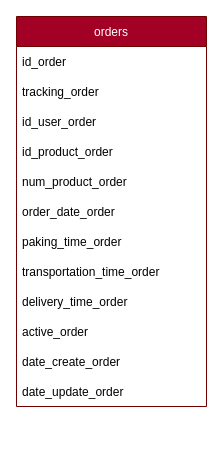
Before: page "orders" (3 of 6) of data/tablas.drawio in David-Coach-Dev/Api-Deliveries, a draw.io diagram. Source tidied: cells renumbered, new cells numbered last; positions are measured from the earlier drawing's top-left corner, leaving out a move shared by most shapes. Both pictures are drawn from the tidied source at 100%, with x=0, y=0 at pixel (16, 16).
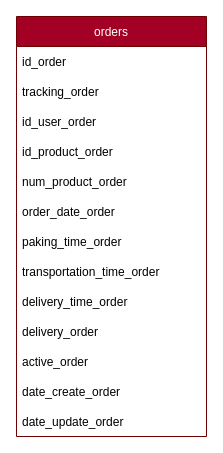
Above is the later version.

What changed in the source:
```diff
@@
 <mxGraphModel>
   <root>
     <mxCell id="0" />
     <mxCell id="1" parent="0" />
     <mxCell id="2" value="orders" style="swimlane;fontStyle=0;horizontal=1;startSize=30;fillColor=#a20025;fontColor=#ffffff;strokeColor=#6F0000;" parent="1" vertex="1">
-      <mxGeometry width="190" height="390" as="geometry" />
+      <mxGeometry width="190" height="420" as="geometry" />
     </mxCell>
     <mxCell id="3" value="id_order" style="text;strokeColor=none;fillColor=none;align=left;verticalAlign=middle;spacingLeft=4;spacingRight=4;overflow=hidden;" parent="2" vertex="1">
       <mxGeometry y="30" width="190" height="30" as="geometry" />
     </mxCell>
     <mxCell id="4" value="tracking_order" style="text;strokeColor=none;fillColor=none;align=left;verticalAlign=middle;spacingLeft=4;spacingRight=4;overflow=hidden;" parent="2" vertex="1">
       <mxGeometry y="60" width="190" height="30" as="geometry" />
     </mxCell>
     <mxCell id="5" value="id_user_order" style="text;strokeColor=none;fillColor=none;align=left;verticalAlign=middle;spacingLeft=4;spacingRight=4;overflow=hidden;" parent="2" vertex="1">
       <mxGeometry y="90" width="190" height="30" as="geometry" />
     </mxCell>
     <mxCell id="6" value="id_product_order" style="text;strokeColor=none;fillColor=none;align=left;verticalAlign=middle;spacingLeft=4;spacingRight=4;overflow=hidden;" parent="2" vertex="1">
       <mxGeometry y="120" width="190" height="30" as="geometry" />
     </mxCell>
     <mxCell id="7" value="num_product_order" style="text;strokeColor=none;fillColor=none;align=left;verticalAlign=middle;spacingLeft=4;spacingRight=4;overflow=hidden;" parent="2" vertex="1">
       <mxGeometry y="150" width="190" height="30" as="geometry" />
     </mxCell>
     <mxCell id="8" value="order_date_order" style="text;strokeColor=none;fillColor=none;align=left;verticalAlign=middle;spacingLeft=4;spacingRight=4;overflow=hidden;" parent="2" vertex="1">
       <mxGeometry y="180" width="190" height="30" as="geometry" />
     </mxCell>
     <mxCell id="9" value="paking_time_order" style="text;strokeColor=none;fillColor=none;align=left;verticalAlign=middle;spacingLeft=4;spacingRight=4;overflow=hidden;" parent="2" vertex="1">
       <mxGeometry y="210" width="190" height="30" as="geometry" />
     </mxCell>
     <mxCell id="10" value="transportation_time_order" style="text;strokeColor=none;fillColor=none;align=left;verticalAlign=middle;spacingLeft=4;spacingRight=4;overflow=hidden;" parent="2" vertex="1">
       <mxGeometry y="240" width="190" height="30" as="geometry" />
     </mxCell>
     <mxCell id="11" value="delivery_time_order" style="text;strokeColor=none;fillColor=none;align=left;verticalAlign=middle;spacingLeft=4;spacingRight=4;overflow=hidden;" parent="2" vertex="1">
       <mxGeometry y="270" width="190" height="30" as="geometry" />
     </mxCell>
+    <mxCell id="15" value="delivery_order" style="text;strokeColor=none;fillColor=none;align=left;verticalAlign=middle;spacingLeft=4;spacingRight=4;overflow=hidden;" parent="2" vertex="1">
+      <mxGeometry y="300" width="190" height="30" as="geometry" />
+    </mxCell>
     <mxCell id="12" value="active_order" style="text;strokeColor=none;fillColor=none;align=left;verticalAlign=middle;spacingLeft=4;spacingRight=4;overflow=hidden;" parent="2" vertex="1">
-      <mxGeometry y="300" width="190" height="30" as="geometry" />
+      <mxGeometry y="330" width="190" height="30" as="geometry" />
     </mxCell>
     <mxCell id="13" value="date_create_order" style="text;strokeColor=none;fillColor=none;align=left;verticalAlign=middle;spacingLeft=4;spacingRight=4;overflow=hidden;" parent="2" vertex="1">
-      <mxGeometry y="330" width="190" height="30" as="geometry" />
+      <mxGeometry y="360" width="190" height="30" as="geometry" />
     </mxCell>
     <mxCell id="14" value="date_update_order" style="text;strokeColor=none;fillColor=none;align=left;verticalAlign=middle;spacingLeft=4;spacingRight=4;overflow=hidden;" parent="2" vertex="1">
-      <mxGeometry y="360" width="190" height="30" as="geometry" />
+      <mxGeometry y="390" width="190" height="30" as="geometry" />
     </mxCell>
   </root>
 </mxGraphModel>
```
